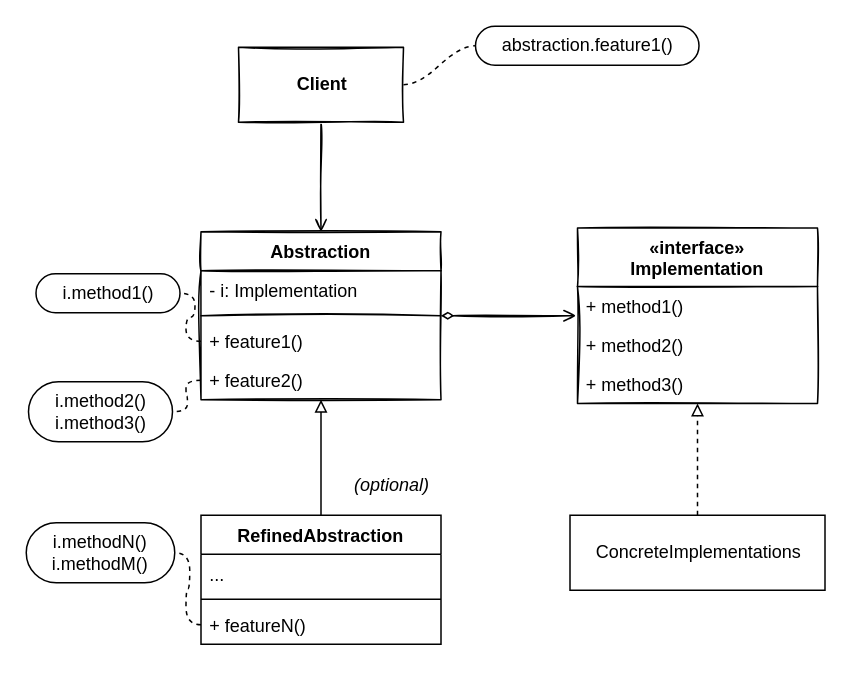
Before: page "Standard" (1 of 2) of src/07-Bridge/UML.drawio in MangoPomelo/DesignPatternPractice, a draw.io diagram. Source tidied: cells renumbered, new cells numbered last; positions are measured from the earlier drawing's top-left corner, leaving out a move shared by most shapes. Both pictures are drawn from the tidied source at 150%, with x=0, y=0 at pixel (26, 26).
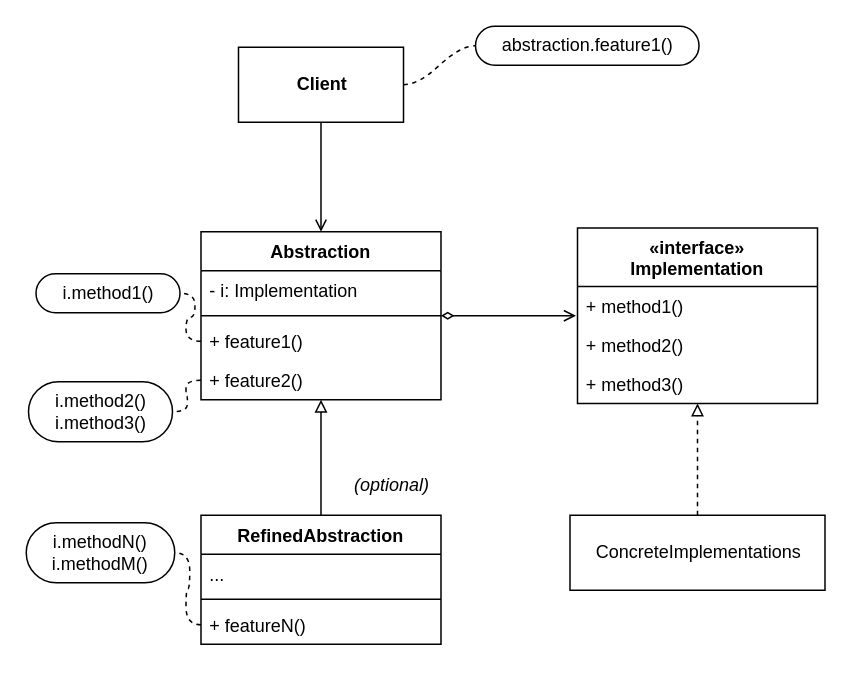
The same diagram, later.

The edit, as a diff of the source:
```diff
@@
-    <mxCell id="2" style="edgeStyle=none;html=1;entryX=0.5;entryY=0;entryDx=0;entryDy=0;endArrow=open;endFill=0;sketch=1;rounded=0;" parent="1" edge="1" source="3" target="5">
+    <mxCell id="2" style="edgeStyle=none;html=1;entryX=0.5;entryY=0;entryDx=0;entryDy=0;endArrow=open;endFill=0;rounded=0;" parent="1" edge="1" source="3" target="5">
       <mxGeometry relative="1" as="geometry" />
     </mxCell>
-    <mxCell id="3" value="Client" style="html=1;sketch=1;fontStyle=1;" parent="1" vertex="1">
+    <mxCell id="3" value="Client" style="html=1;fontStyle=1;" parent="1" vertex="1">
       <mxGeometry x="141.5" y="14" width="110" height="50" as="geometry" />
     </mxCell>
-    <mxCell id="4" style="edgeStyle=none;rounded=0;sketch=1;html=1;endArrow=open;endFill=0;startArrow=diamondThin;startFill=0;" parent="1" edge="1" source="5">
+    <mxCell id="4" style="edgeStyle=none;rounded=0;html=1;endArrow=open;endFill=0;startArrow=diamondThin;startFill=0;" parent="1" edge="1" source="5">
       <mxGeometry relative="1" as="geometry">
         <mxPoint x="366.5" y="193" as="targetPoint" />
       </mxGeometry>
     </mxCell>
-    <mxCell id="5" value="Abstraction" style="swimlane;fontStyle=1;align=center;verticalAlign=top;horizontal=1;startSize=26;sketch=1;" parent="1" vertex="1">
+    <mxCell id="5" value="Abstraction" style="swimlane;fontStyle=1;align=center;verticalAlign=top;horizontal=1;startSize=26;" parent="1" vertex="1">
       <mxGeometry x="116.5" y="137" width="160" height="112" as="geometry" />
     </mxCell>
-    <mxCell id="6" value="- i: Implementation" style="text;strokeColor=none;fillColor=none;align=left;verticalAlign=top;spacingLeft=4;spacingRight=4;overflow=hidden;sketch=1;" parent="5" vertex="1">
+    <mxCell id="6" value="- i: Implementation" style="text;strokeColor=none;fillColor=none;align=left;verticalAlign=top;spacingLeft=4;spacingRight=4;overflow=hidden;" parent="5" vertex="1">
       <mxGeometry y="26" width="160" height="26" as="geometry" />
     </mxCell>
-    <mxCell id="7" style="line;strokeWidth=1;fillColor=none;align=left;verticalAlign=middle;spacingTop=-1;spacingLeft=3;spacingRight=3;labelPosition=right;sketch=1;" parent="5" vertex="1">
+    <mxCell id="7" style="line;strokeWidth=1;fillColor=none;align=left;verticalAlign=middle;spacingTop=-1;spacingLeft=3;spacingRight=3;labelPosition=right;" parent="5" vertex="1">
       <mxGeometry y="52" width="160" height="8" as="geometry" />
     </mxCell>
-    <mxCell id="8" value="+ feature1()" style="text;strokeColor=none;fillColor=none;align=left;verticalAlign=top;spacingLeft=4;spacingRight=4;overflow=hidden;points=[[0,0.5],[1,0.5]];portConstraint=eastwest;sketch=1;" parent="5" vertex="1">
+    <mxCell id="8" value="+ feature1()" style="text;strokeColor=none;fillColor=none;align=left;verticalAlign=top;spacingLeft=4;spacingRight=4;overflow=hidden;points=[[0,0.5],[1,0.5]];portConstraint=eastwest;" parent="5" vertex="1">
       <mxGeometry y="60" width="160" height="26" as="geometry" />
     </mxCell>
-    <mxCell id="9" value="+ feature2()" style="text;strokeColor=none;fillColor=none;align=left;verticalAlign=top;spacingLeft=4;spacingRight=4;overflow=hidden;points=[[0,0.5],[1,0.5]];portConstraint=eastwest;sketch=1;" parent="5" vertex="1">
+    <mxCell id="9" value="+ feature2()" style="text;strokeColor=none;fillColor=none;align=left;verticalAlign=top;spacingLeft=4;spacingRight=4;overflow=hidden;points=[[0,0.5],[1,0.5]];portConstraint=eastwest;" parent="5" vertex="1">
       <mxGeometry y="86" width="160" height="26" as="geometry" />
     </mxCell>
-    <mxCell id="10" value="«interface»&#10;Implementation" style="swimlane;fontStyle=1;align=center;verticalAlign=top;horizontal=1;startSize=39;sketch=1;" parent="1" vertex="1">
+    <mxCell id="10" value="«interface»&#10;Implementation" style="swimlane;fontStyle=1;align=center;verticalAlign=top;horizontal=1;startSize=39;" parent="1" vertex="1">
       <mxGeometry x="367.5" y="134.5" width="160" height="117" as="geometry" />
     </mxCell>
-    <mxCell id="11" value="+ method1()" style="text;strokeColor=none;fillColor=none;align=left;verticalAlign=top;spacingLeft=4;spacingRight=4;overflow=hidden;sketch=1;" parent="10" vertex="1">
+    <mxCell id="11" value="+ method1()" style="text;strokeColor=none;fillColor=none;align=left;verticalAlign=top;spacingLeft=4;spacingRight=4;overflow=hidden;" parent="10" vertex="1">
       <mxGeometry y="39" width="160" height="26" as="geometry" />
     </mxCell>
-    <mxCell id="12" value="+ method2()" style="text;strokeColor=none;fillColor=none;align=left;verticalAlign=top;spacingLeft=4;spacingRight=4;overflow=hidden;sketch=1;" parent="10" vertex="1">
+    <mxCell id="12" value="+ method2()" style="text;strokeColor=none;fillColor=none;align=left;verticalAlign=top;spacingLeft=4;spacingRight=4;overflow=hidden;" parent="10" vertex="1">
       <mxGeometry y="65" width="160" height="26" as="geometry" />
     </mxCell>
-    <mxCell id="13" value="+ method3()" style="text;strokeColor=none;fillColor=none;align=left;verticalAlign=top;spacingLeft=4;spacingRight=4;overflow=hidden;points=[[0,0.5],[1,0.5]];portConstraint=eastwest;sketch=1;" parent="10" vertex="1">
+    <mxCell id="13" value="+ method3()" style="text;strokeColor=none;fillColor=none;align=left;verticalAlign=top;spacingLeft=4;spacingRight=4;overflow=hidden;points=[[0,0.5],[1,0.5]];portConstraint=eastwest;" parent="10" vertex="1">
       <mxGeometry y="91" width="160" height="26" as="geometry" />
     </mxCell>
```
